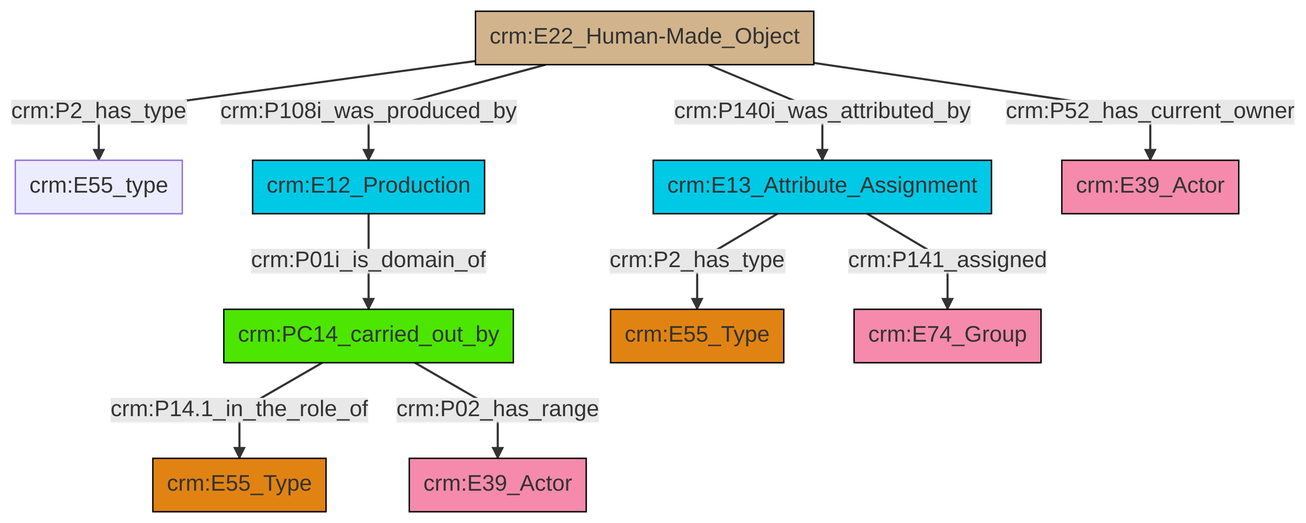
swiss-art-research-net/reference-data-models keeps this Mermaid diagram as et/builtWorkCSV/ttl/mmd/png/Built_Work_actor_relations.png. Above is the earlier version. Its source is kept beside it as et/builtWorkCSV/ttl/mmd/Built_Work_actor_relations.ttl.mmd.
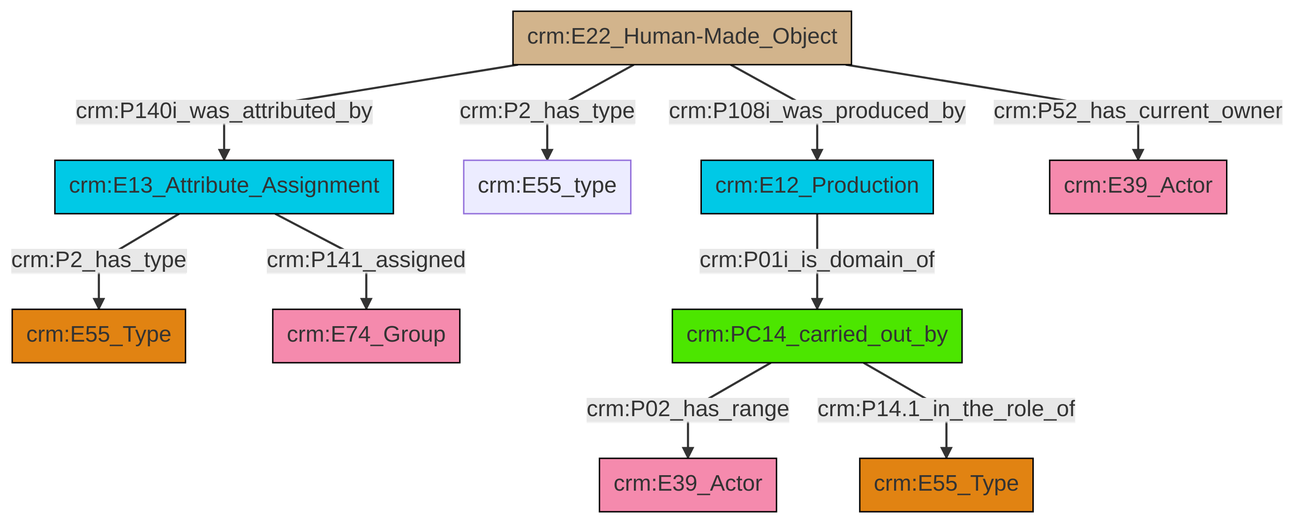
Later version of the same file.

Change to the diagram source:
```diff
@@ -13,12 +13,12 @@
 classDef PC_Classes fill:#4ce600, stroke:#000000;
 classDef Multi fill:#cccccc,stroke:#000000;
 
-6["crm:E22_Human-Made_Object"]:::Physical_Thing -->|crm:P2_has_type| 7["crm:E55_type"]:::Default
-4["crm:E12_Production"]:::Temporal_Entity -->|crm:P01i_is_domain_of| 10["crm:PC14_carried_out_by"]:::PC_Classes
-0["crm:E13_Attribute_Assignment"]:::Temporal_Entity -->|crm:P2_has_type| 2["crm:E55_Type"]:::Type
-6["crm:E22_Human-Made_Object"]:::Physical_Thing -->|crm:P108i_was_produced_by| 4["crm:E12_Production"]:::Temporal_Entity
-6["crm:E22_Human-Made_Object"]:::Physical_Thing -->|crm:P140i_was_attributed_by| 0["crm:E13_Attribute_Assignment"]:::Temporal_Entity
-0["crm:E13_Attribute_Assignment"]:::Temporal_Entity -->|crm:P141_assigned| 11["crm:E74_Group"]:::Actor
-10["crm:PC14_carried_out_by"]:::PC_Classes -->|crm:P14.1_in_the_role_of| 13["crm:E55_Type"]:::Type
-10["crm:PC14_carried_out_by"]:::PC_Classes -->|crm:P02_has_range| 19["crm:E39_Actor"]:::Actor
-6["crm:E22_Human-Made_Object"]:::Physical_Thing -->|crm:P52_has_current_owner| 17["crm:E39_Actor"]:::Actor
+2["crm:E13_Attribute_Assignment"]:::Temporal_Entity -->|crm:P141_assigned| 3["crm:E74_Group"]:::Actor
+4["crm:E22_Human-Made_Object"]:::Physical_Thing -->|crm:P2_has_type| 5["crm:E55_type"]:::Default
+4["crm:E22_Human-Made_Object"]:::Physical_Thing -->|crm:P140i_was_attributed_by| 2["crm:E13_Attribute_Assignment"]:::Temporal_Entity
+4["crm:E22_Human-Made_Object"]:::Physical_Thing -->|crm:P52_has_current_owner| 8["crm:E39_Actor"]:::Actor
+2["crm:E13_Attribute_Assignment"]:::Temporal_Entity -->|crm:P2_has_type| 0["crm:E55_Type"]:::Type
+11["crm:PC14_carried_out_by"]:::PC_Classes -->|crm:P02_has_range| 14["crm:E39_Actor"]:::Actor
+4["crm:E22_Human-Made_Object"]:::Physical_Thing -->|crm:P108i_was_produced_by| 6["crm:E12_Production"]:::Temporal_Entity
+6["crm:E12_Production"]:::Temporal_Entity -->|crm:P01i_is_domain_of| 11["crm:PC14_carried_out_by"]:::PC_Classes
+11["crm:PC14_carried_out_by"]:::PC_Classes -->|crm:P14.1_in_the_role_of| 9["crm:E55_Type"]:::Type
```
